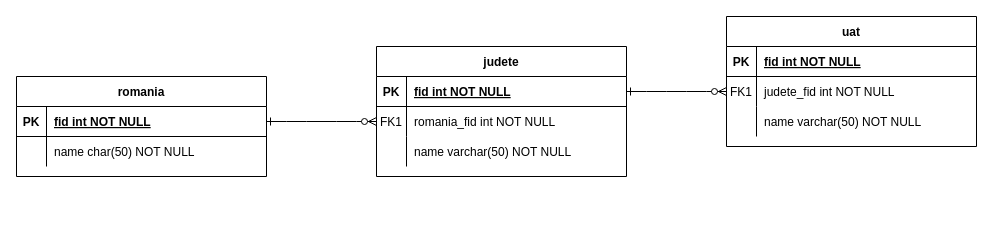
Before: romania.drawio in MecaAlex/sem_2_alex_meca, a draw.io diagram. Source tidied: cells renumbered, new cells numbered last; positions are measured from the earlier drawing's top-left corner, leaving out a move shared by most shapes. Both pictures are drawn from the tidied source at 100%, with x=0, y=0 at pixel (16, 16).
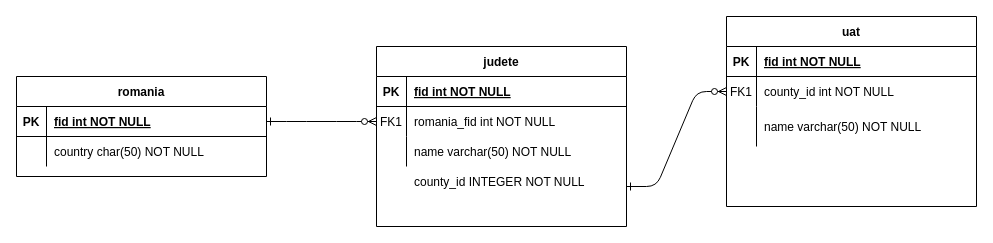
The same diagram, later.

The change refers to these unchanged cells:
```xml
<mxCell id="5" style="shape=partialRectangle;fillColor=none;points=[[0,0.5],[1,0.5]];portConstraint=eastwest;top=0;left=0;right=0;bottom=1;" parent="4" vertex="1">
  <mxGeometry y="30" width="250" height="30" as="geometry" />
</mxCell>
<mxCell id="18" style="shape=partialRectangle;fillColor=none;points=[[0,0.5],[1,0.5]];portConstraint=eastwest;top=0;left=0;right=0;bottom=0;" parent="14" vertex="1">
  <mxGeometry y="60" width="250" height="30" as="geometry" />
</mxCell>
<mxCell id="28" style="shape=partialRectangle;fillColor=none;top=0;left=0;right=0;bottom=0;" parent="24" vertex="1">
  <mxGeometry y="60" width="250" height="30" as="geometry" />
</mxCell>
```

The edit, as a diff of the source:
```diff
@@
-    <mxCell id="3" style="edgeStyle=entityRelationEdgeStyle;endArrow=ERzeroToMany;startArrow=ERone;endFill=1;startFill=0;" parent="1" edge="1" source="5" target="18">
-      <mxGeometry relative="1" as="geometry" />
+    <mxCell id="3" style="edgeStyle=entityRelationEdgeStyle;endArrow=ERzeroToMany;startArrow=ERone;endFill=1;startFill=0;" parent="1" edge="1" target="18">
+      <mxGeometry relative="1" as="geometry">
+        <mxPoint x="610" y="170" as="sourcePoint" />
+      </mxGeometry>
     </mxCell>
     <mxCell id="4" value="judete" style="shape=table;startSize=30;childLayout=tableLayout;rowLines=0;fontStyle=1;align=center;" parent="1" vertex="1">
-      <mxGeometry x="360" y="30" width="250" height="130" as="geometry" />
+      <mxGeometry x="360" y="30" width="250" height="180" as="geometry" />
     </mxCell>
@@
     <mxCell id="14" value="uat" style="shape=table;startSize=30;childLayout=tableLayout;rowLines=0;fontStyle=1;align=center;" parent="1" vertex="1">
-      <mxGeometry x="710" width="250" height="130" as="geometry" />
+      <mxGeometry x="710" width="250" height="190" as="geometry" />
     </mxCell>
@@
-    <mxCell id="20" value="judete_fid int NOT NULL" style="shape=partialRectangle;overflow=hidden;fillColor=none;top=0;left=0;bottom=0;right=0;align=left;spacingLeft=6;" parent="18" vertex="1">
+    <mxCell id="20" value="county_id int NOT NULL" style="shape=partialRectangle;overflow=hidden;fillColor=none;top=0;left=0;bottom=0;right=0;align=left;spacingLeft=6;" parent="18" vertex="1">
       <mxGeometry x="30" width="220" height="30" as="geometry" />
     </mxCell>
     <mxCell id="21" style="shape=partialRectangle;fillColor=none;top=0;left=0;right=0;bottom=0;" parent="14" vertex="1">
-      <mxGeometry y="90" width="250" height="30" as="geometry" />
+      <mxGeometry y="90" width="250" height="40" as="geometry" />
     </mxCell>
     <mxCell id="22" style="shape=partialRectangle;overflow=hidden;fillColor=none;top=0;left=0;bottom=0;right=0;" parent="21" vertex="1">
-      <mxGeometry width="30" height="30" as="geometry" />
+      <mxGeometry width="30" height="40" as="geometry" />
     </mxCell>
     <mxCell id="23" value="name varchar(50) NOT NULL" style="shape=partialRectangle;overflow=hidden;fillColor=none;top=0;left=0;bottom=0;right=0;align=left;spacingLeft=6;" parent="21" vertex="1">
-      <mxGeometry x="30" width="220" height="30" as="geometry" />
+      <mxGeometry x="30" width="220" height="40" as="geometry" />
     </mxCell>
@@
-    <mxCell id="30" value="name char(50) NOT NULL" style="shape=partialRectangle;overflow=hidden;fillColor=none;top=0;left=0;bottom=0;right=0;align=left;spacingLeft=6;" parent="28" vertex="1">
+    <mxCell id="30" value="country char(50) NOT NULL" style="shape=partialRectangle;overflow=hidden;fillColor=none;top=0;left=0;bottom=0;right=0;align=left;spacingLeft=6;" parent="28" vertex="1">
       <mxGeometry x="30" width="220" height="30" as="geometry" />
     </mxCell>
+    <mxCell id="31" value="county_id INTEGER NOT NULL" style="shape=partialRectangle;overflow=hidden;fillColor=none;top=0;left=0;bottom=0;right=0;align=left;spacingLeft=6;" parent="1" vertex="1">
+      <mxGeometry x="390" y="150" width="220" height="30" as="geometry" />
+    </mxCell>
```
